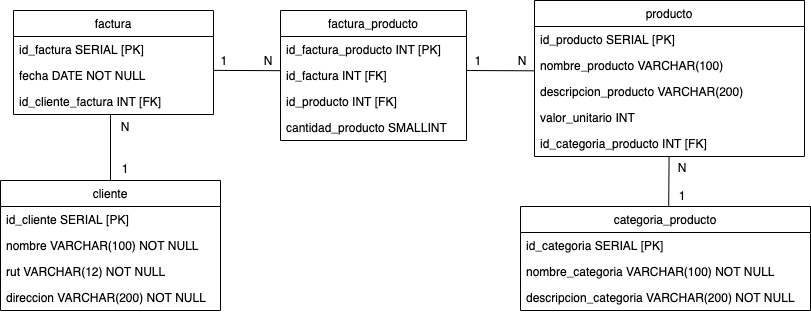
This is modelo_logico_prueba.png from fvargasserani/prueba_bases_de_datos, a draw.io export, as it was before one commit. Source tidied: cells renumbered, new cells last; positions are measured from the earlier drawing's top-left corner, leaving out a move shared by most shapes.
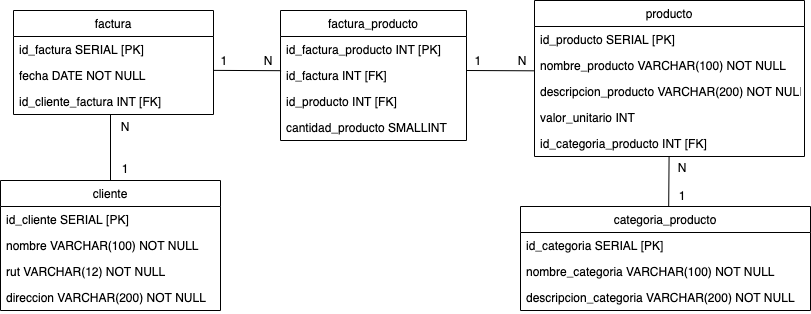
After the commit.

Change to the diagram source:
```diff
@@ -20,10 +20,10 @@
     <mxCell id="7" value="id_producto SERIAL [PK]" style="text;strokeColor=none;fillColor=none;align=left;verticalAlign=top;spacingLeft=4;spacingRight=4;overflow=hidden;" parent="6" vertex="1">
       <mxGeometry y="26" width="270" height="26" as="geometry" />
     </mxCell>
-    <mxCell id="8" value="nombre_producto VARCHAR(100)" style="text;strokeColor=none;fillColor=none;align=left;verticalAlign=top;spacingLeft=4;spacingRight=4;overflow=hidden;" parent="6" vertex="1">
+    <mxCell id="8" value="nombre_producto VARCHAR(100) NOT NULL" style="text;strokeColor=none;fillColor=none;align=left;verticalAlign=top;spacingLeft=4;spacingRight=4;overflow=hidden;" parent="6" vertex="1">
       <mxGeometry y="52" width="270" height="26" as="geometry" />
     </mxCell>
-    <mxCell id="9" value="descripcion_producto VARCHAR(200)" style="text;strokeColor=none;fillColor=none;align=left;verticalAlign=top;spacingLeft=4;spacingRight=4;overflow=hidden;" parent="6" vertex="1">
+    <mxCell id="9" value="descripcion_producto VARCHAR(200) NOT NULL" style="text;strokeColor=none;fillColor=none;align=left;verticalAlign=top;spacingLeft=4;spacingRight=4;overflow=hidden;" parent="6" vertex="1">
       <mxGeometry y="78" width="270" height="26" as="geometry" />
     </mxCell>
     <mxCell id="10" value="valor_unitario INT" style="text;strokeColor=none;fillColor=none;align=left;verticalAlign=top;spacingLeft=4;spacingRight=4;overflow=hidden;" parent="6" vertex="1">
```
